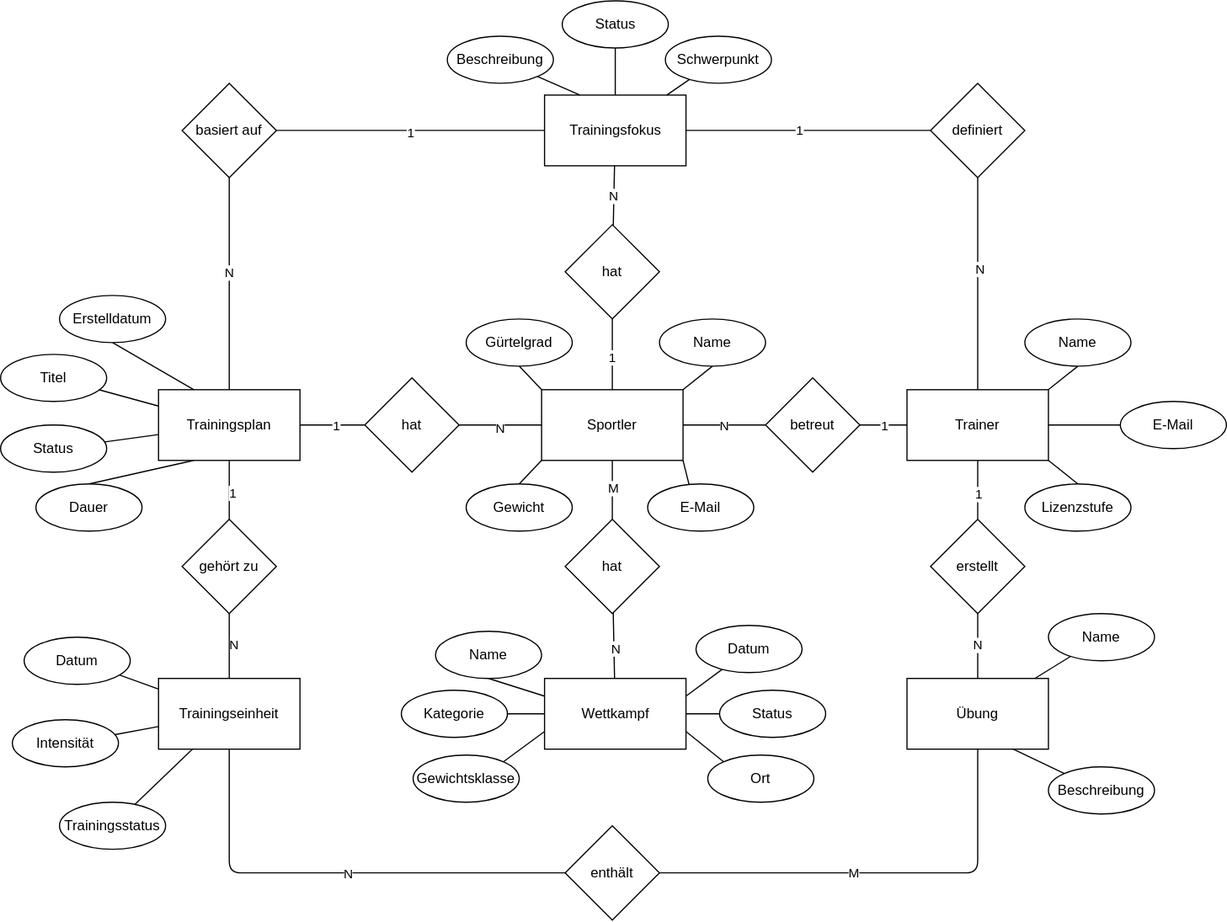
Arben-ai/karateaicoach keeps this draw.io diagram as doc/er-diagram.drawio.svg. Above is the earlier version. Source tidied: cells renumbered, new cells last; positions are measured from the earlier drawing's top-left corner, leaving out a move shared by most shapes.
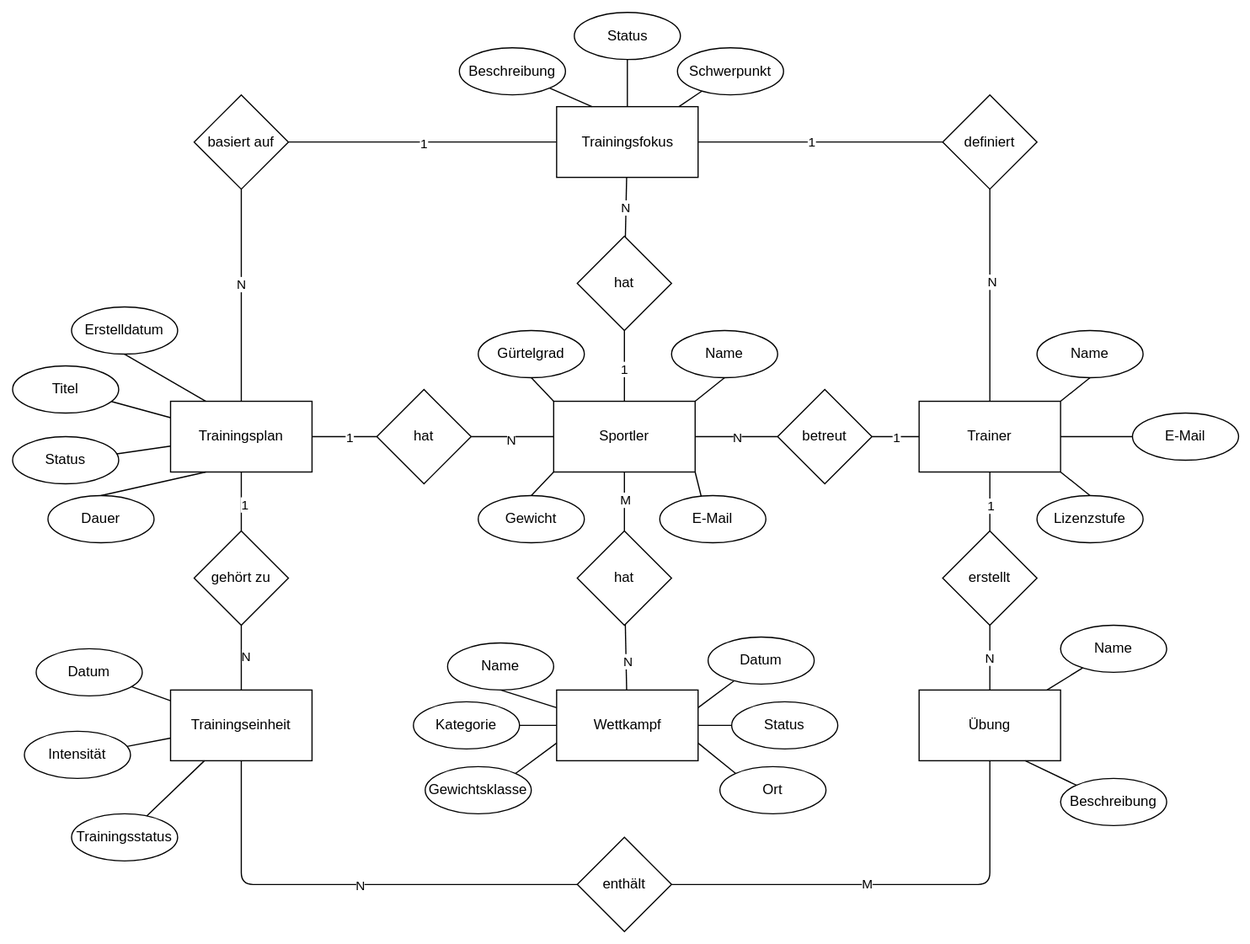
After the change.

Commit message:
Refactor code structure for improved readability and maintainability

What changed in the source:
```diff
@@ -2,6 +2,9 @@
   <root>
     <mxCell id="0" />
     <mxCell id="1" parent="0" />
+    <mxCell id="103" style="rounded=0;whiteSpace=wrap;html=1;strokeColor=none;" parent="1" vertex="1">
+      <mxGeometry x="-10" y="-10" width="1060" height="800" as="geometry" />
+    </mxCell>
     <mxCell id="2" style="edgeStyle=none;html=1;endArrow=none;endFill=0;" parent="1" edge="1" source="10" target="38">
       <mxGeometry relative="1" as="geometry" />
     </mxCell>
```
